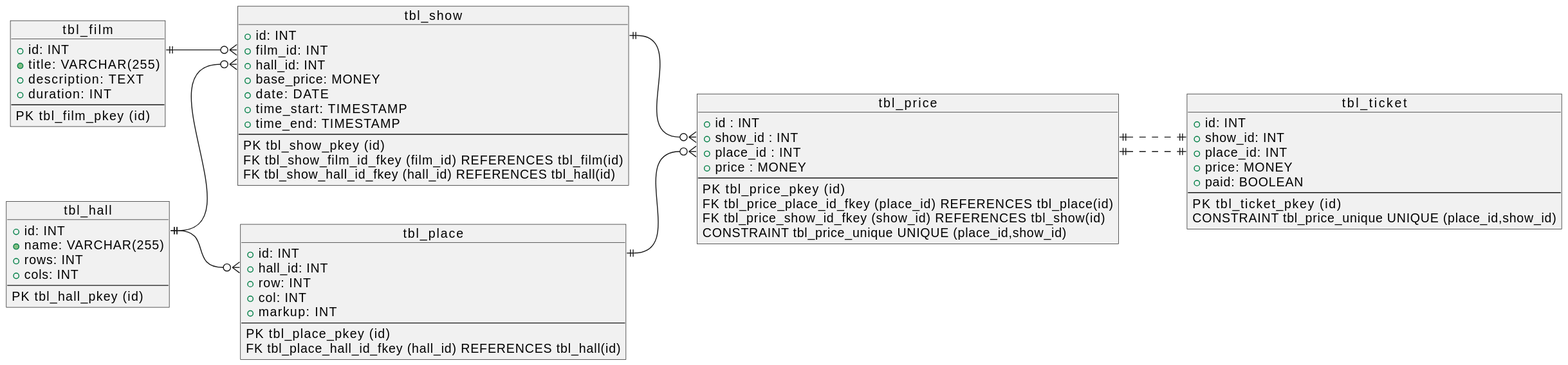
Before: cinema.svg, a diagram exported from PlantUML (otusteamedu/PHP_2024).
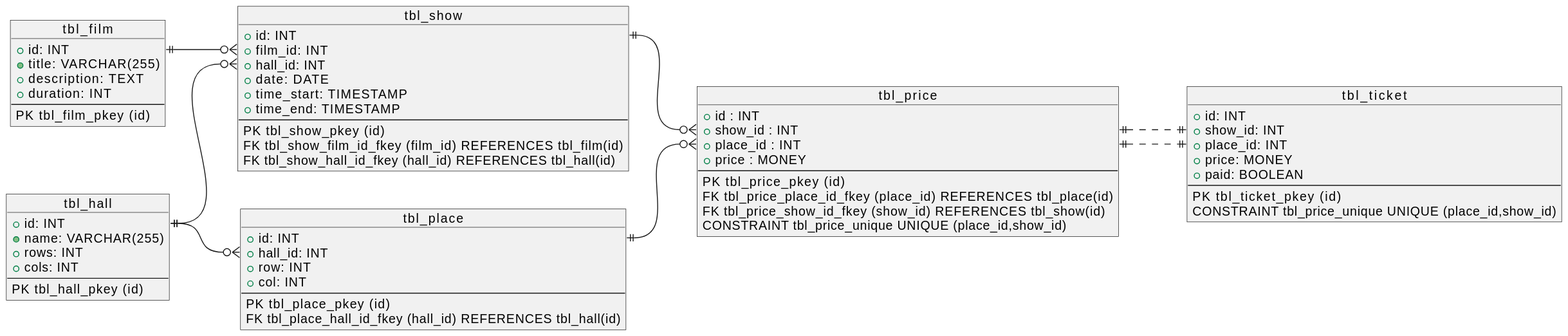
The same diagram one commit later.

What changed in the source:
```diff
@@ -24,7 +24,6 @@
     + hall_id: INT
     + row: INT
     + col: INT
-    + markup: INT
     --
     PK tbl_place_pkey (id)
     FK tbl_place_hall_id_fkey (hall_id) REFERENCES tbl_hall(id)
@@ -34,7 +33,6 @@
     + id: INT
     + film_id: INT
     + hall_id: INT
-    + base_price: MONEY
     + date: DATE
     + time_start: TIMESTAMP
     + time_end: TIMESTAMP
@@ -72,7 +70,6 @@
 tbl_hall::id ||--o{ tbl_place::hall_id
 tbl_place::id ||--o{ tbl_price::place_id
 tbl_show::id ||--o{ tbl_price::show_id
-
 tbl_price::show_id ||..|| tbl_ticket::show_id
 tbl_price::place_id ||..|| tbl_ticket::place_id
 @enduml
```
